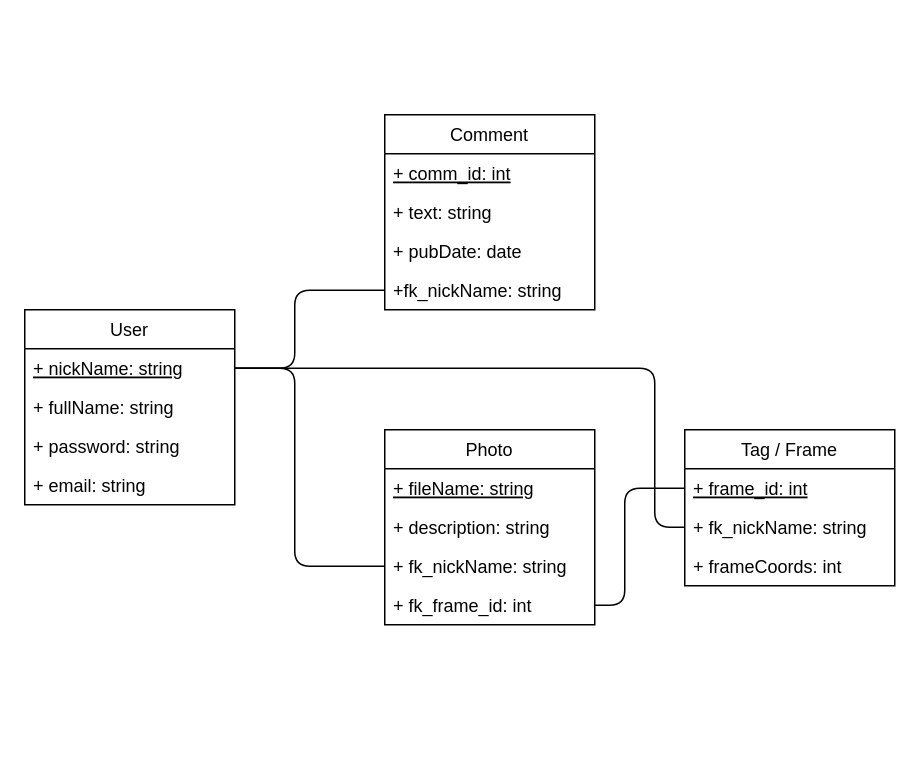
Above: page "UML" (3 of 3) of socialNetwork.drawio in chiamar/DatabaseDevelopment (draw.io), before the change. Source tidied: cells renumbered, new cells numbered last; positions are measured from the earlier drawing's top-left corner, leaving out a move shared by most shapes. Both pictures are drawn from the tidied source at 150%, with x=0, y=0 at pixel (24, 114).
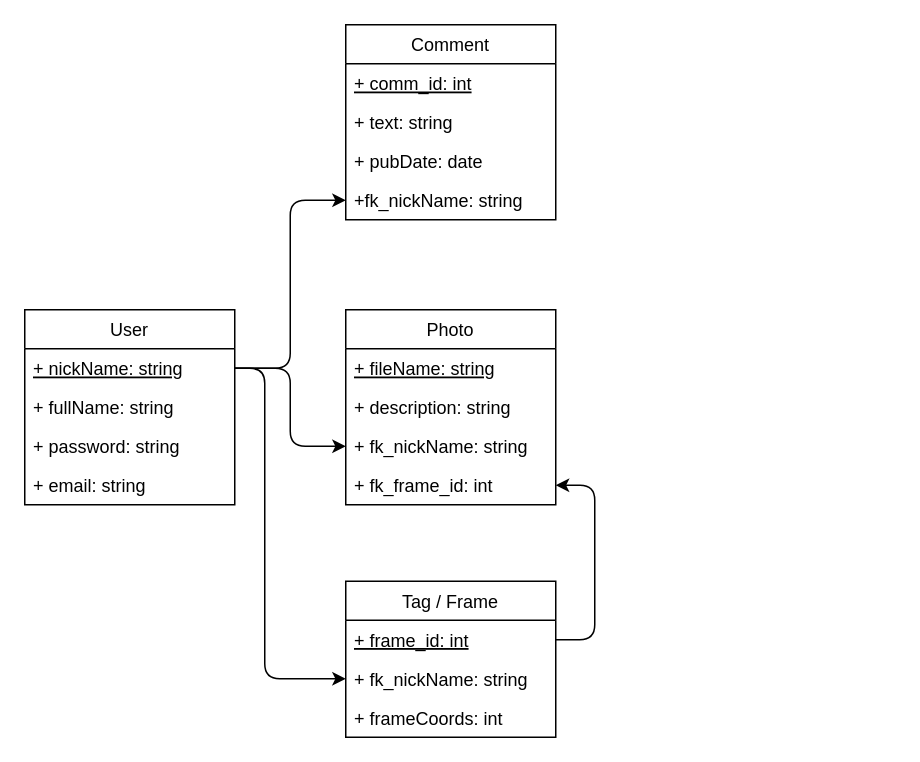
The same diagram, later.

Unchanged cells that the change refers to:
```xml
<mxCell id="3" value="+ nickName: string" style="text;strokeColor=none;fillColor=none;align=left;verticalAlign=top;spacingLeft=4;spacingRight=4;overflow=hidden;points=[[0,0.5],[1,0.5]];portConstraint=eastwest;fontStyle=4;" parent="2" vertex="1">
  <mxGeometry y="26" width="140" height="26" as="geometry" />
</mxCell>
<mxCell id="11" value="+fk_nickName: string" style="text;strokeColor=none;fillColor=none;align=left;verticalAlign=top;spacingLeft=4;spacingRight=4;overflow=hidden;points=[[0,0.5],[1,0.5]];portConstraint=eastwest;" parent="7" vertex="1">
  <mxGeometry y="104" width="140" height="26" as="geometry" />
</mxCell>
<mxCell id="16" value="+ fk_nickName: string" style="text;strokeColor=none;fillColor=none;align=left;verticalAlign=top;spacingLeft=4;spacingRight=4;overflow=hidden;points=[[0,0.5],[1,0.5]];portConstraint=eastwest;" parent="13" vertex="1">
  <mxGeometry y="78" width="140" height="26" as="geometry" />
</mxCell>
<mxCell id="17" value="+ fk_frame_id: int" style="text;strokeColor=none;fillColor=none;align=left;verticalAlign=top;spacingLeft=4;spacingRight=4;overflow=hidden;points=[[0,0.5],[1,0.5]];portConstraint=eastwest;" parent="13" vertex="1">
  <mxGeometry y="104" width="140" height="26" as="geometry" />
</mxCell>
<mxCell id="20" value="+ frame_id: int" style="text;strokeColor=none;fillColor=none;align=left;verticalAlign=top;spacingLeft=4;spacingRight=4;overflow=hidden;points=[[0,0.5],[1,0.5]];portConstraint=eastwest;fontStyle=4;" parent="19" vertex="1">
  <mxGeometry y="26" width="140" height="26" as="geometry" />
</mxCell>
<mxCell id="21" value="+ fk_nickName: string" style="text;strokeColor=none;fillColor=none;align=left;verticalAlign=top;spacingLeft=4;spacingRight=4;overflow=hidden;points=[[0,0.5],[1,0.5]];portConstraint=eastwest;" parent="19" vertex="1">
  <mxGeometry y="52" width="140" height="26" as="geometry" />
</mxCell>
```

Diff of the diagram source:
```diff
@@
     <mxCell id="7" value="Comment" style="swimlane;fontStyle=0;horizontal=1;startSize=26;fillColor=none;" parent="1" vertex="1">
-      <mxGeometry x="240" width="140" height="130" as="geometry" />
+      <mxGeometry x="214" y="-60" width="140" height="130" as="geometry" />
     </mxCell>
@@
-    <mxCell id="12" style="edgeStyle=orthogonalEdgeStyle;html=1;exitX=1;exitY=0.5;exitDx=0;exitDy=0;entryX=0;entryY=0.5;entryDx=0;entryDy=0;endArrow=none;endFill=0;" parent="1" edge="1" source="3" target="11">
-      <mxGeometry relative="1" as="geometry">
-        <Array as="points">
-          <mxPoint x="180" y="169" />
-          <mxPoint x="180" y="117" />
-        </Array>
-      </mxGeometry>
-    </mxCell>
     <mxCell id="13" value="Photo" style="swimlane;fontStyle=0;horizontal=1;startSize=26;fillColor=none;" parent="1" vertex="1">
-      <mxGeometry x="240" y="210" width="140" height="130" as="geometry" />
+      <mxGeometry x="214" y="130" width="140" height="130" as="geometry" />
     </mxCell>
@@
-    <mxCell id="18" style="edgeStyle=orthogonalEdgeStyle;html=1;entryX=0;entryY=0.5;entryDx=0;entryDy=0;endArrow=none;endFill=0;" parent="1" edge="1" source="3" target="16">
-      <mxGeometry relative="1" as="geometry">
-        <Array as="points">
-          <mxPoint x="180" y="169" />
-          <mxPoint x="180" y="301" />
-        </Array>
-      </mxGeometry>
-    </mxCell>
     <mxCell id="19" value="Tag / Frame" style="swimlane;fontStyle=0;horizontal=1;startSize=26;fillColor=none;" parent="1" vertex="1">
-      <mxGeometry x="440" y="210" width="140" height="104" as="geometry" />
+      <mxGeometry x="214" y="311" width="140" height="104" as="geometry" />
     </mxCell>
@@
-    <mxCell id="23" style="edgeStyle=orthogonalEdgeStyle;html=1;entryX=0;entryY=0.5;entryDx=0;entryDy=0;endArrow=none;endFill=0;" parent="1" edge="1" source="3" target="21">
+    <mxCell id="23" style="edgeStyle=orthogonalEdgeStyle;html=1;exitX=1;exitY=0.5;exitDx=0;exitDy=0;entryX=0;entryY=0.5;entryDx=0;entryDy=0;" parent="1" edge="1" source="3" target="21">
       <mxGeometry relative="1" as="geometry">
         <Array as="points">
-          <mxPoint x="420" y="169" />
-          <mxPoint x="420" y="275" />
+          <mxPoint x="160" y="169" />
+          <mxPoint x="160" y="376" />
         </Array>
       </mxGeometry>
     </mxCell>
-    <mxCell id="24" style="edgeStyle=orthogonalEdgeStyle;html=1;entryX=0;entryY=0.5;entryDx=0;entryDy=0;endArrow=none;endFill=0;" parent="1" edge="1" source="17" target="20">
-      <mxGeometry relative="1" as="geometry">
-        <Array as="points">
-          <mxPoint x="400" y="327" />
-          <mxPoint x="400" y="249" />
-        </Array>
-      </mxGeometry>
-    </mxCell>
+    <mxCell id="18" style="edgeStyle=orthogonalEdgeStyle;html=1;exitX=1;exitY=0.5;exitDx=0;exitDy=0;entryX=0;entryY=0.5;entryDx=0;entryDy=0;" parent="1" edge="1" source="3" target="16">
+      <mxGeometry relative="1" as="geometry" />
+    </mxCell>
+    <mxCell id="12" style="edgeStyle=orthogonalEdgeStyle;html=1;exitX=1;exitY=0.5;exitDx=0;exitDy=0;entryX=0;entryY=0.5;entryDx=0;entryDy=0;" parent="1" edge="1" source="3" target="11">
+      <mxGeometry relative="1" as="geometry" />
+    </mxCell>
+    <mxCell id="25" style="edgeStyle=orthogonalEdgeStyle;html=1;exitX=1;exitY=0.5;exitDx=0;exitDy=0;entryX=1;entryY=0.5;entryDx=0;entryDy=0;" parent="1" edge="1" source="20" target="17">
+      <mxGeometry relative="1" as="geometry">
+        <Array as="points">
+          <mxPoint x="380" y="350" />
+          <mxPoint x="380" y="247" />
+        </Array>
+      </mxGeometry>
+    </mxCell>
```
